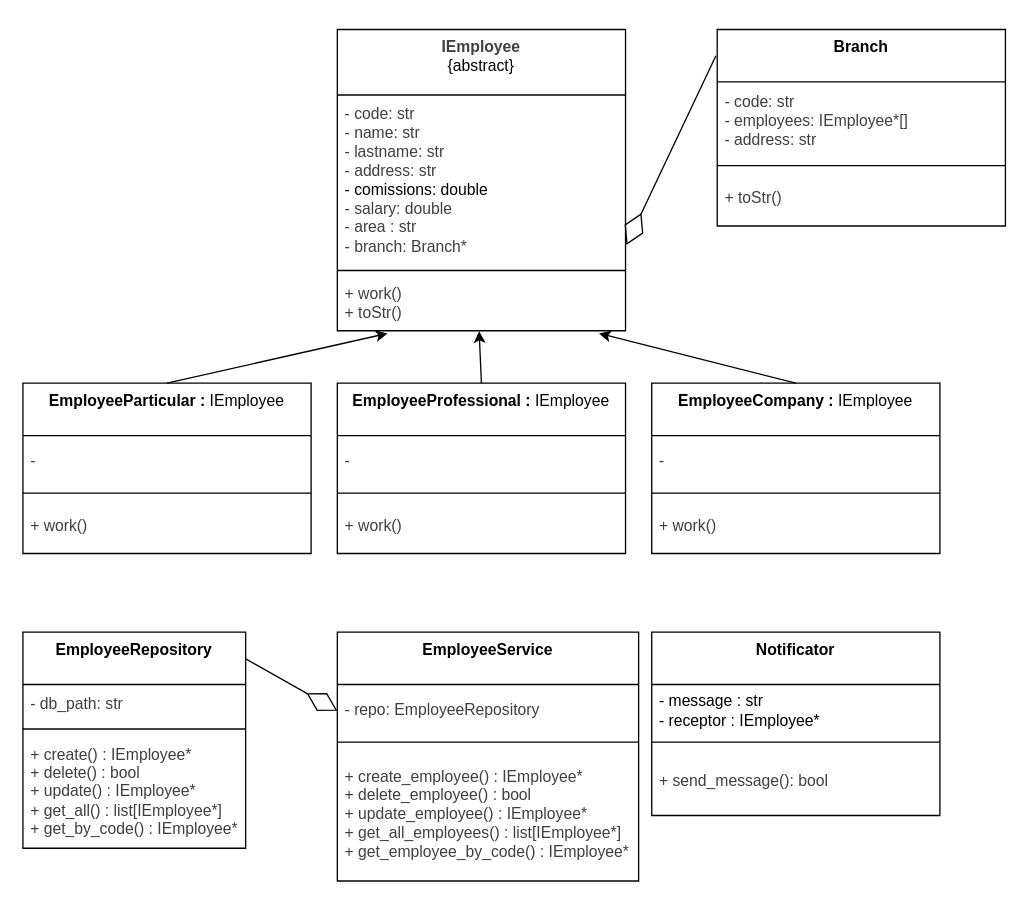
The draw.io diagram Final-AGO25/Simulacion_1/app/_resources/UML/app_v1_simplified.drawio in Br1-O/AyED1, before the edit. Source tidied: cells renumbered, new cells numbered last; positions are measured from the earlier drawing's top-left corner, leaving out a move shared by most shapes. Both pictures are drawn from the tidied source at 131%, with x=0, y=0 at pixel (22, 29).
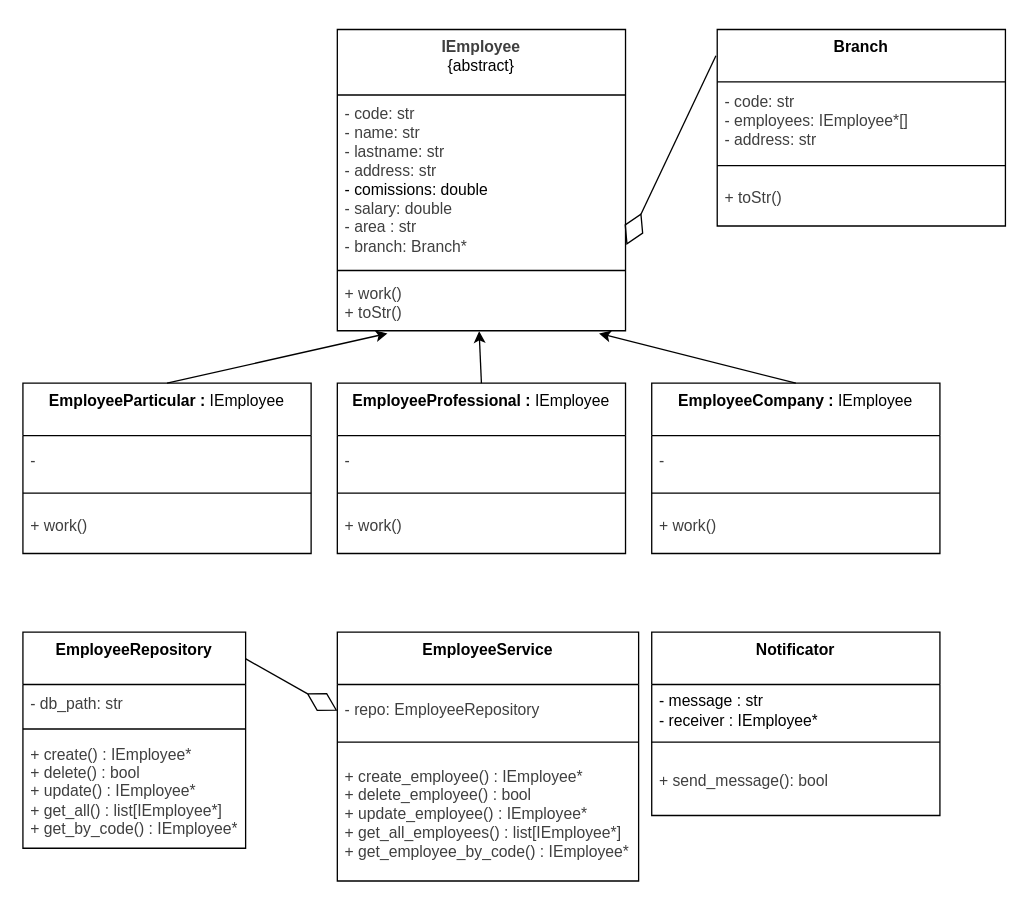
After the change.

The change refers to these unchanged cells:
```xml
<mxCell id="35" value="&lt;span style=&quot;color: rgb(0, 0, 0);&quot;&gt;&lt;b&gt;Notificator&lt;/b&gt;&lt;/span&gt;" style="swimlane;fontStyle=0;align=center;verticalAlign=top;horizontal=1;startSize=40;html=1;whiteSpace=wrap;" parent="1" vertex="1">
  <mxGeometry x="480" y="460" width="220" height="140" as="geometry" />
</mxCell>
```

The edit, as a diff of the source:
```diff
@@
-    <mxCell id="36" value="&lt;span style=&quot;color: rgb(0, 0, 0);&quot;&gt;- message : str&lt;/span&gt;&lt;div&gt;- receptor : IEmployee*&lt;/div&gt;" style="text;html=1;strokeColor=none;fillColor=none;align=left;verticalAlign=middle;spacingLeft=4;spacingRight=4;overflow=hidden;whiteSpace=wrap;" parent="35" vertex="1">
+    <mxCell id="36" value="&lt;span style=&quot;color: rgb(0, 0, 0);&quot;&gt;- message : str&lt;/span&gt;&lt;div&gt;- receiver : IEmployee*&lt;/div&gt;" style="text;html=1;strokeColor=none;fillColor=none;align=left;verticalAlign=middle;spacingLeft=4;spacingRight=4;overflow=hidden;whiteSpace=wrap;" parent="35" vertex="1">
       <mxGeometry y="40" width="220" height="40" as="geometry" />
     </mxCell>
```
